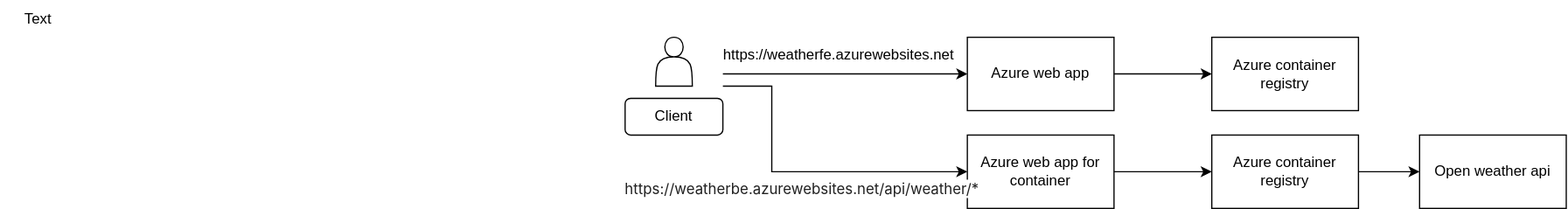
The draw.io diagram public/weather-diagram.svg in Paul-Ayanava/weather-fe, before a commit. Source tidied: cells renumbered, new cells last; positions are measured from the earlier drawing's top-left corner, leaving out a move shared by most shapes. Source of this version:
```xml
<mxGraphModel>
  <root>
    <mxCell id="0" />
    <mxCell id="1" parent="0" />
    <mxCell id="2" style="shape=actor;whiteSpace=wrap;html=1;" parent="1" vertex="1">
      <mxGeometry x="535" y="30" width="30" height="40" as="geometry" />
    </mxCell>
    <mxCell id="3" value="Client" style="rounded=1;whiteSpace=wrap;html=1;" parent="1" vertex="1">
      <mxGeometry x="510" y="80" width="80" height="30" as="geometry" />
    </mxCell>
    <mxCell id="4" style="endArrow=classic;html=1;rounded=0;" parent="1" edge="1" target="5">
      <mxGeometry relative="1" as="geometry">
        <mxPoint x="590" y="60" as="sourcePoint" />
      </mxGeometry>
    </mxCell>
    <mxCell id="5" value="Azure web app" style="rounded=0;whiteSpace=wrap;html=1;" parent="1" vertex="1">
      <mxGeometry x="790" y="30" width="120" height="60" as="geometry" />
    </mxCell>
    <mxCell id="6" style="endArrow=classic;html=1;rounded=0;exitX=1;exitY=0.5;exitDx=0;exitDy=0;exitPerimeter=0;" parent="1" edge="1" source="5" target="7">
      <mxGeometry relative="1" as="geometry" />
    </mxCell>
    <mxCell id="7" value="Azure container registry" style="rounded=0;whiteSpace=wrap;html=1;" parent="1" vertex="1">
      <mxGeometry x="990" y="30" width="120" height="60" as="geometry" />
    </mxCell>
    <mxCell id="8" value="https://weatherfe.azurewebsites.net" style="text;html=1;align=center;verticalAlign=middle;whiteSpace=wrap;rounded=0;" parent="1" vertex="1">
      <mxGeometry x="590" y="30" width="190" height="30" as="geometry" />
    </mxCell>
    <mxCell id="9" style="endArrow=classic;html=1;rounded=0;" parent="1" edge="1" target="10">
      <mxGeometry relative="1" as="geometry">
        <mxPoint x="590" y="70" as="sourcePoint" />
        <Array as="points">
          <mxPoint x="630" y="70" />
          <mxPoint x="630" y="140" />
        </Array>
      </mxGeometry>
    </mxCell>
    <mxCell id="10" value="Azure web app for container" style="rounded=0;whiteSpace=wrap;html=1;" parent="1" vertex="1">
      <mxGeometry x="790" y="110" width="120" height="60" as="geometry" />
    </mxCell>
    <mxCell id="11" style="endArrow=classic;html=1;rounded=0;" parent="1" edge="1" target="12">
      <mxGeometry relative="1" as="geometry">
        <mxPoint x="910" y="140" as="sourcePoint" />
      </mxGeometry>
    </mxCell>
    <mxCell id="12" value="Azure container registry" style="rounded=0;whiteSpace=wrap;html=1;" parent="1" vertex="1">
      <mxGeometry x="990" y="110" width="120" height="60" as="geometry" />
    </mxCell>
    <mxCell id="13" style="endArrow=classic;html=1;rounded=0;exitX=1;exitY=0.5;exitDx=0;exitDy=0;" parent="1" edge="1" source="12" target="14">
      <mxGeometry relative="1" as="geometry" />
    </mxCell>
    <mxCell id="14" value="Open weather api" style="rounded=0;whiteSpace=wrap;html=1;" parent="1" vertex="1">
      <mxGeometry x="1160" y="110" width="120" height="60" as="geometry" />
    </mxCell>
    <mxCell id="15" value="&lt;span style=&quot;color: rgb(33, 33, 33); font-family: Inter, OpenSans, Helvetica, Arial, sans-serif; text-align: left; white-space-collapse: preserve; background-color: rgb(255, 255, 255);&quot;&gt;https://weatherbe.azurewebsites.net/api/weather/*&lt;/span&gt;" style="text;html=1;align=center;verticalAlign=middle;whiteSpace=wrap;rounded=0;" parent="1" vertex="1">
      <mxGeometry x="565" y="140" width="180" height="30" as="geometry" />
    </mxCell>
    <mxCell id="16" value="Text" style="text;html=1;align=center;verticalAlign=middle;whiteSpace=wrap;rounded=0;" parent="1" vertex="1">
      <mxGeometry width="60" height="30" as="geometry" />
    </mxCell>
  </root>
</mxGraphModel>
```
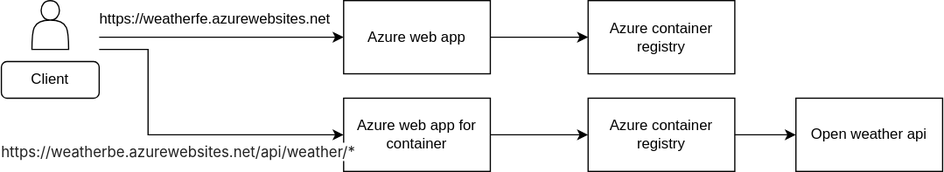
After the commit.

Change to the diagram source:
```diff
@@ -54,8 +54,5 @@
     <mxCell id="15" value="&lt;span style=&quot;color: rgb(33, 33, 33); font-family: Inter, OpenSans, Helvetica, Arial, sans-serif; text-align: left; white-space-collapse: preserve; background-color: rgb(255, 255, 255);&quot;&gt;https://weatherbe.azurewebsites.net/api/weather/*&lt;/span&gt;" style="text;html=1;align=center;verticalAlign=middle;whiteSpace=wrap;rounded=0;" parent="1" vertex="1">
       <mxGeometry x="565" y="140" width="180" height="30" as="geometry" />
     </mxCell>
-    <mxCell id="16" value="Text" style="text;html=1;align=center;verticalAlign=middle;whiteSpace=wrap;rounded=0;" parent="1" vertex="1">
-      <mxGeometry width="60" height="30" as="geometry" />
-    </mxCell>
   </root>
 </mxGraphModel>
```
